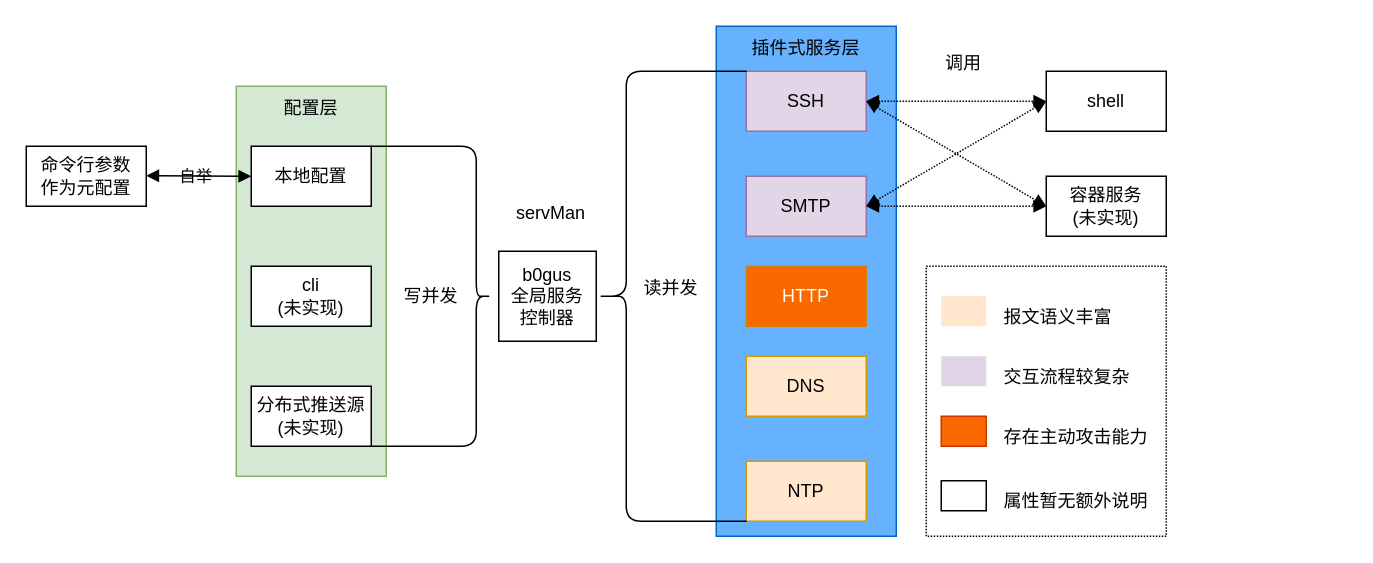
Above: assets/design/zh_cn/cn.drawio in TrisenYu/b0gus (draw.io), before the change. Source tidied: cells renumbered, new cells numbered last; positions are measured from the earlier drawing's top-left corner, leaving out a move shared by most shapes. Both pictures are drawn from the tidied source at 150%, with x=0, y=0 at pixel (26, 26).
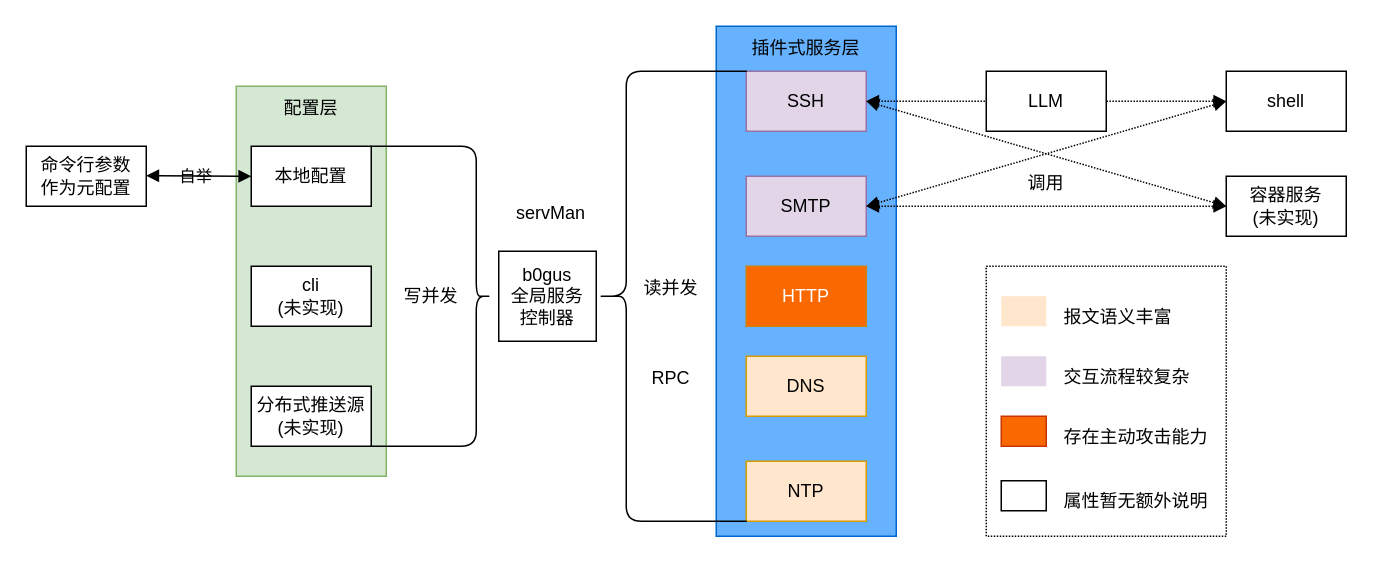
Above is the later version.

The edit, as a diff of the source:
```diff
@@
     <mxCell id="13" value="&lt;font face=&quot;Fira Code&quot;&gt;shell&lt;/font&gt;" style="rounded=0;whiteSpace=wrap;html=1;" parent="1" vertex="1">
-      <mxGeometry x="680" y="30" width="80" height="40" as="geometry" />
+      <mxGeometry x="800" y="30" width="80" height="40" as="geometry" />
     </mxCell>
     <mxCell id="14" value="&lt;font face=&quot;Fira Code&quot;&gt;容器服务&lt;/font&gt;&lt;div&gt;&lt;font face=&quot;Fira Code&quot;&gt;(未实现)&lt;/font&gt;&lt;/div&gt;" style="rounded=0;whiteSpace=wrap;html=1;" parent="1" vertex="1">
-      <mxGeometry x="680" y="100" width="80" height="40" as="geometry" />
+      <mxGeometry x="800" y="100" width="80" height="40" as="geometry" />
     </mxCell>
@@
     <mxCell id="23" style="rounded=0;whiteSpace=wrap;html=1;fillColor=none;dashed=1;dashPattern=1 1;" parent="1" vertex="1">
-      <mxGeometry x="600" y="160" width="160" height="180" as="geometry" />
+      <mxGeometry x="640" y="160" width="160" height="180" as="geometry" />
     </mxCell>
     <mxCell id="24" style="text;html=1;align=center;verticalAlign=middle;whiteSpace=wrap;rounded=0;fillColor=#ffe6cc;strokeColor=none;" parent="1" vertex="1">
-      <mxGeometry x="610" y="180" width="30" height="20" as="geometry" />
+      <mxGeometry x="650" y="180" width="30" height="20" as="geometry" />
     </mxCell>
     <mxCell id="25" style="text;html=1;align=center;verticalAlign=middle;whiteSpace=wrap;rounded=0;fillColor=#e1d5e7;strokeColor=none;" parent="1" vertex="1">
-      <mxGeometry x="610" y="220" width="30" height="20" as="geometry" />
+      <mxGeometry x="650" y="220" width="30" height="20" as="geometry" />
     </mxCell>
     <mxCell id="26" value="&lt;div style=&quot;text-align: center;&quot;&gt;&lt;span style=&quot;background-color: transparent;&quot;&gt;交互流程较复杂&lt;/span&gt;&lt;/div&gt;" style="text;whiteSpace=wrap;html=1;" parent="1" vertex="1">
-      <mxGeometry x="650" y="220" width="90" height="20" as="geometry" />
+      <mxGeometry x="690" y="220" width="90" height="20" as="geometry" />
     </mxCell>
     <mxCell id="27" style="text;html=1;align=center;verticalAlign=middle;whiteSpace=wrap;rounded=0;strokeColor=default;fillColor=#FFFFFF;" parent="1" vertex="1">
-      <mxGeometry x="610" y="303" width="30" height="20" as="geometry" />
+      <mxGeometry x="650" y="303" width="30" height="20" as="geometry" />
     </mxCell>
     <mxCell id="28" value="&lt;div style=&quot;text-align: center;&quot;&gt;属性暂无额外说明&lt;/div&gt;" style="text;whiteSpace=wrap;html=1;" parent="1" vertex="1">
-      <mxGeometry x="650" y="303" width="110" height="20" as="geometry" />
+      <mxGeometry x="690" y="303" width="110" height="20" as="geometry" />
     </mxCell>
     <mxCell id="29" value="&lt;div style=&quot;text-align: center;&quot;&gt;报文语义丰富&lt;/div&gt;" style="text;whiteSpace=wrap;html=1;" parent="1" vertex="1">
-      <mxGeometry x="650" y="180" width="90" height="20" as="geometry" />
+      <mxGeometry x="690" y="180" width="90" height="20" as="geometry" />
     </mxCell>
@@
     <mxCell id="32" style="text;html=1;align=center;verticalAlign=middle;whiteSpace=wrap;rounded=0;fillColor=#fa6800;strokeColor=#C73500;fontColor=#000000;" parent="1" vertex="1">
-      <mxGeometry x="610" y="260" width="30" height="20" as="geometry" />
+      <mxGeometry x="650" y="260" width="30" height="20" as="geometry" />
     </mxCell>
     <mxCell id="33" value="存在主动攻击能力&lt;div style=&quot;text-align: center;&quot;&gt;&lt;/div&gt;" style="text;whiteSpace=wrap;html=1;" parent="1" vertex="1">
-      <mxGeometry x="650" y="260" width="110" height="20" as="geometry" />
+      <mxGeometry x="690" y="260" width="110" height="20" as="geometry" />
     </mxCell>
     <mxCell id="34" value="调用" style="text;html=1;align=center;verticalAlign=middle;whiteSpace=wrap;rounded=0;" parent="1" vertex="1">
-      <mxGeometry x="595" y="10" width="60" height="30" as="geometry" />
+      <mxGeometry x="650" y="90" width="60" height="30" as="geometry" />
     </mxCell>
@@
+    <mxCell id="39" value="&lt;font face=&quot;Fira Code&quot;&gt;LLM&lt;/font&gt;" style="rounded=0;whiteSpace=wrap;html=1;" parent="1" vertex="1">
+      <mxGeometry x="640" y="30" width="80" height="40" as="geometry" />
+    </mxCell>
+    <mxCell id="40" value="RPC" style="text;html=1;align=center;verticalAlign=middle;whiteSpace=wrap;rounded=0;fontFamily=Fira Code;" parent="1" vertex="1">
+      <mxGeometry x="400" y="220" width="60" height="30" as="geometry" />
+    </mxCell>
```
